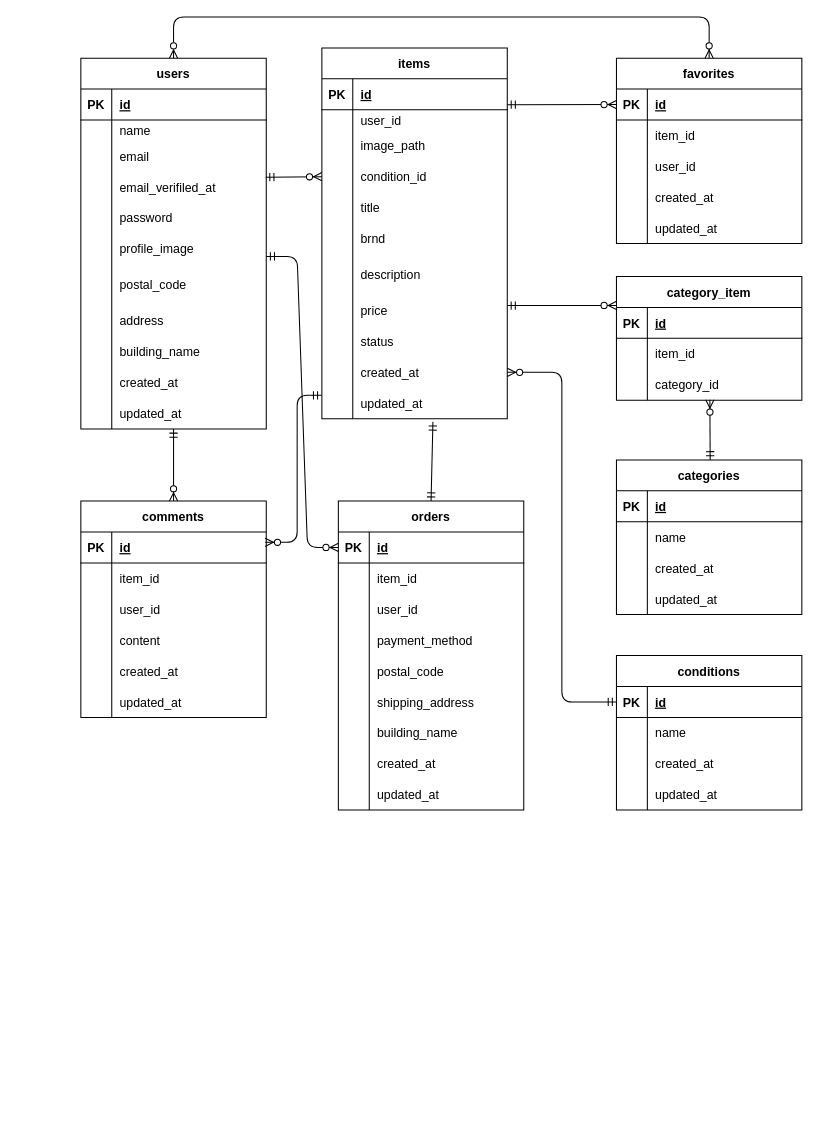
This is page "ページ1" (1 of 2) of .drawio from shinya-05/frimaap, a draw.io file, before an edit. Source tidied: cells renumbered, new cells numbered last; positions are measured from the earlier drawing's top-left corner, leaving out a move shared by most shapes. Both pictures are drawn from the tidied source at 103%, with x=0, y=0 at pixel (80, 16).
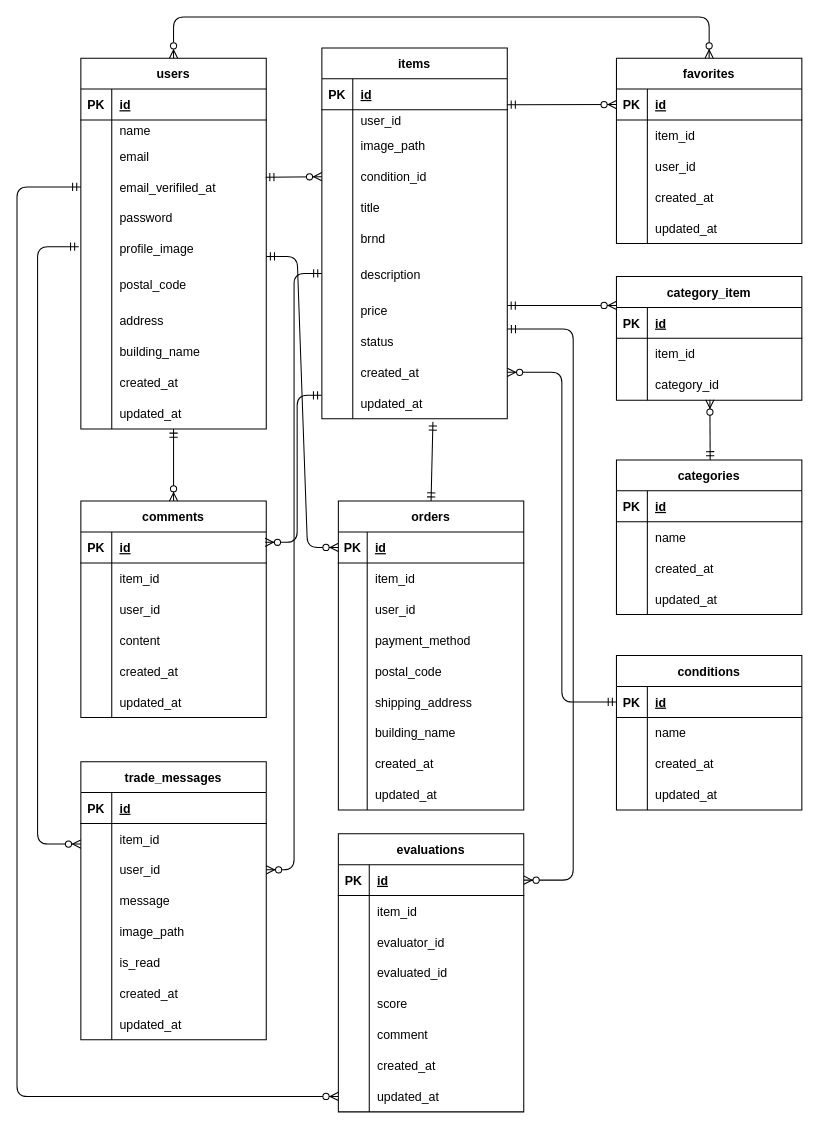
The same page after the edit.

The change refers to these unchanged cells:
```xml
<mxCell id="12" style="shape=tableRow;horizontal=0;startSize=0;swimlaneHead=0;swimlaneBody=0;fillColor=none;points=[[0,0.5],[1,0.5]];portConstraint=eastwest;top=0;left=0;right=0;bottom=0;" parent="2" vertex="1">
  <mxGeometry y="110" width="180" height="30" as="geometry" />
</mxCell>
<mxCell id="37" style="shape=tableRow;horizontal=0;startSize=0;swimlaneHead=0;swimlaneBody=0;fillColor=none;points=[[0,0.5],[1,0.5]];portConstraint=eastwest;top=0;left=0;right=0;bottom=1;" parent="36" vertex="1">
  <mxGeometry y="30" width="180" height="30" as="geometry" />
</mxCell>
<mxCell id="40" style="shape=tableRow;horizontal=0;startSize=0;swimlaneHead=0;swimlaneBody=0;fillColor=none;top=0;left=0;right=0;bottom=0;" parent="36" vertex="1">
  <mxGeometry y="60" width="180" height="30" as="geometry" />
</mxCell>
<mxCell id="43" style="shape=tableRow;horizontal=0;startSize=0;swimlaneHead=0;swimlaneBody=0;fillColor=none;top=0;left=0;right=0;bottom=0;" parent="36" vertex="1">
  <mxGeometry y="90" width="180" height="30" as="geometry" />
</mxCell>
<mxCell id="46" style="shape=tableRow;horizontal=0;startSize=0;swimlaneHead=0;swimlaneBody=0;fillColor=none;top=0;left=0;right=0;bottom=0;" parent="36" vertex="1">
  <mxGeometry y="120" width="180" height="30" as="geometry" />
</mxCell>
<mxCell id="49" style="shape=tableRow;horizontal=0;startSize=0;swimlaneHead=0;swimlaneBody=0;fillColor=none;top=0;left=0;right=0;bottom=0;" parent="36" vertex="1">
  <mxGeometry y="150" width="180" height="30" as="geometry" />
</mxCell>
<mxCell id="52" style="shape=tableRow;horizontal=0;startSize=0;swimlaneHead=0;swimlaneBody=0;fillColor=none;top=0;left=0;right=0;bottom=0;" parent="36" vertex="1">
  <mxGeometry y="180" width="180" height="30" as="geometry" />
</mxCell>
<mxCell id="55" style="shape=tableRow;horizontal=0;startSize=0;swimlaneHead=0;swimlaneBody=0;fillColor=none;top=0;left=0;right=0;bottom=0;" parent="36" vertex="1">
  <mxGeometry y="210" width="180" height="30" as="geometry" />
</mxCell>
<mxCell id="58" style="shape=tableRow;horizontal=0;startSize=0;swimlaneHead=0;swimlaneBody=0;fillColor=none;top=0;left=0;right=0;bottom=0;" parent="36" vertex="1">
  <mxGeometry y="240" width="180" height="30" as="geometry" />
</mxCell>
<mxCell id="61" style="shape=tableRow;horizontal=0;startSize=0;swimlaneHead=0;swimlaneBody=0;fillColor=none;top=0;left=0;right=0;bottom=0;" parent="36" vertex="1">
  <mxGeometry y="270" width="180" height="30" as="geometry" />
</mxCell>
```

Diff of the diagram source:
```diff
@@
     <mxCell id="38" value="PK" style="shape=partialRectangle;fillColor=none;top=0;left=0;bottom=0;right=0;fontStyle=1;overflow=hidden;" parent="37" vertex="1">
-      <mxGeometry width="30" height="30" as="geometry" />
+      <mxGeometry width="28" height="30" as="geometry" />
     </mxCell>
     <mxCell id="39" value="id" style="shape=partialRectangle;fillColor=none;top=0;left=0;bottom=0;right=0;align=left;spacingLeft=6;fontStyle=5;overflow=hidden;" parent="37" vertex="1">
-      <mxGeometry x="30" width="150" height="30" as="geometry" />
+      <mxGeometry x="28" width="152" height="30" as="geometry" />
     </mxCell>
@@
     <mxCell id="41" style="shape=partialRectangle;fillColor=none;top=0;left=0;bottom=0;right=0;overflow=hidden;" parent="40" vertex="1">
-      <mxGeometry width="30" height="30" as="geometry" />
+      <mxGeometry width="28" height="30" as="geometry" />
     </mxCell>
     <mxCell id="42" value="item_id" style="shape=partialRectangle;fillColor=none;top=0;left=0;bottom=0;right=0;align=left;spacingLeft=6;overflow=hidden;" parent="40" vertex="1">
-      <mxGeometry x="30" width="150" height="30" as="geometry" />
+      <mxGeometry x="28" width="152" height="30" as="geometry" />
     </mxCell>
@@
     <mxCell id="44" style="shape=partialRectangle;fillColor=none;top=0;left=0;bottom=0;right=0;overflow=hidden;" parent="43" vertex="1">
-      <mxGeometry width="30" height="30" as="geometry" />
+      <mxGeometry width="28" height="30" as="geometry" />
     </mxCell>
     <mxCell id="45" value="user_id" style="shape=partialRectangle;fillColor=none;top=0;left=0;bottom=0;right=0;align=left;spacingLeft=6;overflow=hidden;" parent="43" vertex="1">
-      <mxGeometry x="30" width="150" height="30" as="geometry" />
+      <mxGeometry x="28" width="152" height="30" as="geometry" />
     </mxCell>
@@
     <mxCell id="47" style="shape=partialRectangle;fillColor=none;top=0;left=0;bottom=0;right=0;overflow=hidden;" parent="46" vertex="1">
-      <mxGeometry width="30" height="30" as="geometry" />
+      <mxGeometry width="28" height="30" as="geometry" />
     </mxCell>
     <mxCell id="48" value="payment_method" style="shape=partialRectangle;fillColor=none;top=0;left=0;bottom=0;right=0;align=left;spacingLeft=6;overflow=hidden;" parent="46" vertex="1">
-      <mxGeometry x="30" width="150" height="30" as="geometry" />
+      <mxGeometry x="28" width="152" height="30" as="geometry" />
     </mxCell>
@@
     <mxCell id="50" style="shape=partialRectangle;fillColor=none;top=0;left=0;bottom=0;right=0;overflow=hidden;" parent="49" vertex="1">
-      <mxGeometry width="30" height="30" as="geometry" />
+      <mxGeometry width="28" height="30" as="geometry" />
     </mxCell>
     <mxCell id="51" value="postal_code" style="shape=partialRectangle;fillColor=none;top=0;left=0;bottom=0;right=0;align=left;spacingLeft=6;overflow=hidden;" parent="49" vertex="1">
-      <mxGeometry x="30" width="150" height="30" as="geometry" />
+      <mxGeometry x="28" width="152" height="30" as="geometry" />
     </mxCell>
@@
     <mxCell id="53" style="shape=partialRectangle;fillColor=none;top=0;left=0;bottom=0;right=0;overflow=hidden;" parent="52" vertex="1">
-      <mxGeometry width="30" height="30" as="geometry" />
+      <mxGeometry width="28" height="30" as="geometry" />
     </mxCell>
     <mxCell id="54" value="shipping_address" style="shape=partialRectangle;fillColor=none;top=0;left=0;bottom=0;right=0;align=left;spacingLeft=6;overflow=hidden;" parent="52" vertex="1">
-      <mxGeometry x="30" width="150" height="30" as="geometry" />
+      <mxGeometry x="28" width="152" height="30" as="geometry" />
     </mxCell>
@@
     <mxCell id="56" style="shape=partialRectangle;fillColor=none;top=0;left=0;bottom=0;right=0;overflow=hidden;" parent="55" vertex="1">
-      <mxGeometry width="30" height="30" as="geometry" />
+      <mxGeometry width="28" height="30" as="geometry" />
     </mxCell>
     <mxCell id="57" value="building_name" style="shape=partialRectangle;fillColor=none;top=0;left=0;bottom=0;right=0;align=left;spacingLeft=6;overflow=hidden;" parent="55" vertex="1">
-      <mxGeometry x="30" width="150" height="30" as="geometry" />
+      <mxGeometry x="28" width="152" height="30" as="geometry" />
     </mxCell>
@@
     <mxCell id="59" style="shape=partialRectangle;fillColor=none;top=0;left=0;bottom=0;right=0;overflow=hidden;" parent="58" vertex="1">
-      <mxGeometry width="30" height="30" as="geometry" />
+      <mxGeometry width="28" height="30" as="geometry" />
     </mxCell>
     <mxCell id="60" value="created_at" style="shape=partialRectangle;fillColor=none;top=0;left=0;bottom=0;right=0;align=left;spacingLeft=6;overflow=hidden;" parent="58" vertex="1">
-      <mxGeometry x="30" width="150" height="30" as="geometry" />
+      <mxGeometry x="28" width="152" height="30" as="geometry" />
     </mxCell>
@@
     <mxCell id="62" style="shape=partialRectangle;fillColor=none;top=0;left=0;bottom=0;right=0;overflow=hidden;" parent="61" vertex="1">
-      <mxGeometry width="30" height="30" as="geometry" />
+      <mxGeometry width="28" height="30" as="geometry" />
     </mxCell>
     <mxCell id="63" value="updated_at" style="shape=partialRectangle;fillColor=none;top=0;left=0;bottom=0;right=0;align=left;spacingLeft=6;overflow=hidden;" parent="61" vertex="1">
-      <mxGeometry x="30" width="150" height="30" as="geometry" />
+      <mxGeometry x="28" width="152" height="30" as="geometry" />
     </mxCell>
@@
+    <mxCell id="179" value="trade_messages" style="shape=table;startSize=30;childLayout=tableLayout;rowLines=0;fontStyle=1;align=center;" parent="1" vertex="1">
+      <mxGeometry y="723" width="180" height="270" as="geometry" />
+    </mxCell>
+    <mxCell id="180" style="shape=tableRow;horizontal=0;startSize=0;swimlaneHead=0;swimlaneBody=0;fillColor=none;top=0;left=0;right=0;bottom=1;" parent="179" vertex="1">
+      <mxGeometry y="30" width="180" height="30" as="geometry" />
+    </mxCell>
+    <mxCell id="181" value="PK" style="shape=partialRectangle;fillColor=none;top=0;left=0;bottom=0;right=0;fontStyle=1;overflow=hidden;" parent="180" vertex="1">
+      <mxGeometry width="30" height="30" as="geometry" />
+    </mxCell>
+    <mxCell id="182" value="id" style="shape=partialRectangle;fillColor=none;top=0;left=0;bottom=0;right=0;align=left;spacingLeft=6;fontStyle=5;overflow=hidden;" parent="180" vertex="1">
+      <mxGeometry x="30" width="150" height="30" as="geometry" />
+    </mxCell>
+    <mxCell id="183" style="shape=tableRow;horizontal=0;startSize=0;swimlaneHead=0;swimlaneBody=0;fillColor=none;points=[[0,0.5],[1,0.5]];portConstraint=eastwest;top=0;left=0;right=0;bottom=0;" parent="179" vertex="1">
+      <mxGeometry y="60" width="180" height="30" as="geometry" />
+    </mxCell>
+    <mxCell id="184" style="shape=partialRectangle;fillColor=none;top=0;left=0;bottom=0;right=0;overflow=hidden;" parent="183" vertex="1">
+      <mxGeometry width="30" height="30" as="geometry" />
+    </mxCell>
+    <mxCell id="185" value="item_id" style="shape=partialRectangle;fillColor=none;top=0;left=0;bottom=0;right=0;align=left;spacingLeft=6;overflow=hidden;" parent="183" vertex="1">
+      <mxGeometry x="30" width="150" height="30" as="geometry" />
+    </mxCell>
+    <mxCell id="186" style="shape=tableRow;horizontal=0;startSize=0;swimlaneHead=0;swimlaneBody=0;fillColor=none;points=[[0,0.5],[1,0.5]];portConstraint=eastwest;top=0;left=0;right=0;bottom=0;" parent="179" vertex="1">
+      <mxGeometry y="90" width="180" height="30" as="geometry" />
+    </mxCell>
+    <mxCell id="187" style="shape=partialRectangle;fillColor=none;top=0;left=0;bottom=0;right=0;overflow=hidden;" parent="186" vertex="1">
+      <mxGeometry width="30" height="30" as="geometry" />
+    </mxCell>
+    <mxCell id="188" value="user_id" style="shape=partialRectangle;fillColor=none;top=0;left=0;bottom=0;right=0;align=left;spacingLeft=6;overflow=hidden;" parent="186" vertex="1">
+      <mxGeometry x="30" width="150" height="30" as="geometry" />
+    </mxCell>
+    <mxCell id="189" style="shape=tableRow;horizontal=0;startSize=0;swimlaneHead=0;swimlaneBody=0;fillColor=none;top=0;left=0;right=0;bottom=0;" parent="179" vertex="1">
+      <mxGeometry y="120" width="180" height="30" as="geometry" />
+    </mxCell>
+    <mxCell id="190" style="shape=partialRectangle;fillColor=none;top=0;left=0;bottom=0;right=0;overflow=hidden;" parent="189" vertex="1">
+      <mxGeometry width="30" height="30" as="geometry" />
+    </mxCell>
+    <mxCell id="191" value="message" style="shape=partialRectangle;fillColor=none;top=0;left=0;bottom=0;right=0;align=left;spacingLeft=6;overflow=hidden;" parent="189" vertex="1">
+      <mxGeometry x="30" width="150" height="30" as="geometry" />
+    </mxCell>
+    <mxCell id="192" style="shape=tableRow;horizontal=0;startSize=0;swimlaneHead=0;swimlaneBody=0;fillColor=none;top=0;left=0;right=0;bottom=0;" parent="179" vertex="1">
+      <mxGeometry y="150" width="180" height="30" as="geometry" />
+    </mxCell>
+    <mxCell id="193" style="shape=partialRectangle;fillColor=none;top=0;left=0;bottom=0;right=0;overflow=hidden;" parent="192" vertex="1">
+      <mxGeometry width="30" height="30" as="geometry" />
+    </mxCell>
+    <mxCell id="194" value="image_path" style="shape=partialRectangle;fillColor=none;top=0;left=0;bottom=0;right=0;align=left;spacingLeft=6;overflow=hidden;" parent="192" vertex="1">
+      <mxGeometry x="30" width="150" height="30" as="geometry" />
+    </mxCell>
+    <mxCell id="195" style="shape=tableRow;horizontal=0;startSize=0;swimlaneHead=0;swimlaneBody=0;fillColor=none;top=0;left=0;right=0;bottom=0;" parent="179" vertex="1">
+      <mxGeometry y="180" width="180" height="30" as="geometry" />
+    </mxCell>
+    <mxCell id="196" style="shape=partialRectangle;fillColor=none;top=0;left=0;bottom=0;right=0;overflow=hidden;" parent="195" vertex="1">
+      <mxGeometry width="30" height="30" as="geometry" />
+    </mxCell>
+    <mxCell id="197" value="is_read" style="shape=partialRectangle;fillColor=none;top=0;left=0;bottom=0;right=0;align=left;spacingLeft=6;overflow=hidden;" parent="195" vertex="1">
+      <mxGeometry x="30" width="150" height="30" as="geometry" />
+    </mxCell>
+    <mxCell id="198" style="shape=tableRow;horizontal=0;startSize=0;swimlaneHead=0;swimlaneBody=0;fillColor=none;top=0;left=0;right=0;bottom=0;" parent="179" vertex="1">
+      <mxGeometry y="210" width="180" height="30" as="geometry" />
+    </mxCell>
+    <mxCell id="199" style="shape=partialRectangle;fillColor=none;top=0;left=0;bottom=0;right=0;overflow=hidden;" parent="198" vertex="1">
+      <mxGeometry width="30" height="30" as="geometry" />
+    </mxCell>
+    <mxCell id="200" value="created_at" style="shape=partialRectangle;fillColor=none;top=0;left=0;bottom=0;right=0;align=left;spacingLeft=6;overflow=hidden;" parent="198" vertex="1">
+      <mxGeometry x="30" width="150" height="30" as="geometry" />
+    </mxCell>
+    <mxCell id="201" style="shape=tableRow;horizontal=0;startSize=0;swimlaneHead=0;swimlaneBody=0;fillColor=none;top=0;left=0;right=0;bottom=0;" parent="179" vertex="1">
+      <mxGeometry y="240" width="180" height="30" as="geometry" />
+    </mxCell>
+    <mxCell id="202" style="shape=partialRectangle;fillColor=none;top=0;left=0;bottom=0;right=0;overflow=hidden;" parent="201" vertex="1">
+      <mxGeometry width="30" height="30" as="geometry" />
+    </mxCell>
+    <mxCell id="203" value="updated_at" style="shape=partialRectangle;fillColor=none;top=0;left=0;bottom=0;right=0;align=left;spacingLeft=6;overflow=hidden;" parent="201" vertex="1">
+      <mxGeometry x="30" width="150" height="30" as="geometry" />
+    </mxCell>
+    <mxCell id="204" value="evaluations" style="shape=table;startSize=30;childLayout=tableLayout;rowLines=0;fontStyle=1;align=center;" parent="1" vertex="1">
+      <mxGeometry x="250" y="793" width="180" height="270" as="geometry" />
+    </mxCell>
+    <mxCell id="205" style="shape=tableRow;horizontal=0;startSize=0;swimlaneHead=0;swimlaneBody=0;fillColor=none;points=[[0,0.5],[1,0.5]];portConstraint=eastwest;top=0;left=0;right=0;bottom=1;" parent="204" vertex="1">
+      <mxGeometry y="30" width="180" height="30" as="geometry" />
+    </mxCell>
+    <mxCell id="206" value="PK" style="shape=partialRectangle;fillColor=none;top=0;left=0;bottom=0;right=0;fontStyle=1;overflow=hidden;" parent="205" vertex="1">
+      <mxGeometry width="30" height="30" as="geometry" />
+    </mxCell>
+    <mxCell id="207" value="id" style="shape=partialRectangle;fillColor=none;top=0;left=0;bottom=0;right=0;align=left;spacingLeft=6;fontStyle=5;overflow=hidden;" parent="205" vertex="1">
+      <mxGeometry x="30" width="150" height="30" as="geometry" />
+    </mxCell>
+    <mxCell id="208" style="shape=tableRow;horizontal=0;startSize=0;swimlaneHead=0;swimlaneBody=0;fillColor=none;top=0;left=0;right=0;bottom=0;" parent="204" vertex="1">
+      <mxGeometry y="60" width="180" height="30" as="geometry" />
+    </mxCell>
+    <mxCell id="209" style="shape=partialRectangle;fillColor=none;top=0;left=0;bottom=0;right=0;overflow=hidden;" parent="208" vertex="1">
+      <mxGeometry width="30" height="30" as="geometry" />
+    </mxCell>
+    <mxCell id="210" value="item_id" style="shape=partialRectangle;fillColor=none;top=0;left=0;bottom=0;right=0;align=left;spacingLeft=6;overflow=hidden;" parent="208" vertex="1">
+      <mxGeometry x="30" width="150" height="30" as="geometry" />
+    </mxCell>
+    <mxCell id="211" style="shape=tableRow;horizontal=0;startSize=0;swimlaneHead=0;swimlaneBody=0;fillColor=none;top=0;left=0;right=0;bottom=0;" parent="204" vertex="1">
+      <mxGeometry y="90" width="180" height="30" as="geometry" />
+    </mxCell>
+    <mxCell id="212" style="shape=partialRectangle;fillColor=none;top=0;left=0;bottom=0;right=0;overflow=hidden;" parent="211" vertex="1">
+      <mxGeometry width="30" height="30" as="geometry" />
+    </mxCell>
+    <mxCell id="213" value="evaluator_id" style="shape=partialRectangle;fillColor=none;top=0;left=0;bottom=0;right=0;align=left;spacingLeft=6;overflow=hidden;" parent="211" vertex="1">
+      <mxGeometry x="30" width="150" height="30" as="geometry" />
+    </mxCell>
+    <mxCell id="214" style="shape=tableRow;horizontal=0;startSize=0;swimlaneHead=0;swimlaneBody=0;fillColor=none;top=0;left=0;right=0;bottom=0;" parent="204" vertex="1">
+      <mxGeometry y="120" width="180" height="30" as="geometry" />
+    </mxCell>
+    <mxCell id="215" style="shape=partialRectangle;fillColor=none;top=0;left=0;bottom=0;right=0;overflow=hidden;" parent="214" vertex="1">
+      <mxGeometry width="30" height="30" as="geometry" />
+    </mxCell>
+    <mxCell id="216" value="evaluated_id" style="shape=partialRectangle;fillColor=none;top=0;left=0;bottom=0;right=0;align=left;spacingLeft=6;overflow=hidden;" parent="214" vertex="1">
+      <mxGeometry x="30" width="150" height="30" as="geometry" />
+    </mxCell>
+    <mxCell id="217" style="shape=tableRow;horizontal=0;startSize=0;swimlaneHead=0;swimlaneBody=0;fillColor=none;top=0;left=0;right=0;bottom=0;" parent="204" vertex="1">
+      <mxGeometry y="150" width="180" height="30" as="geometry" />
+    </mxCell>
+    <mxCell id="218" style="shape=partialRectangle;fillColor=none;top=0;left=0;bottom=0;right=0;overflow=hidden;" parent="217" vertex="1">
+      <mxGeometry width="30" height="30" as="geometry" />
+    </mxCell>
+    <mxCell id="219" value="score" style="shape=partialRectangle;fillColor=none;top=0;left=0;bottom=0;right=0;align=left;spacingLeft=6;overflow=hidden;" parent="217" vertex="1">
+      <mxGeometry x="30" width="150" height="30" as="geometry" />
+    </mxCell>
+    <mxCell id="220" style="shape=tableRow;horizontal=0;startSize=0;swimlaneHead=0;swimlaneBody=0;fillColor=none;top=0;left=0;right=0;bottom=0;" parent="204" vertex="1">
+      <mxGeometry y="180" width="180" height="30" as="geometry" />
+    </mxCell>
+    <mxCell id="221" style="shape=partialRectangle;fillColor=none;top=0;left=0;bottom=0;right=0;overflow=hidden;" parent="220" vertex="1">
+      <mxGeometry width="30" height="30" as="geometry" />
+    </mxCell>
+    <mxCell id="222" value="comment" style="shape=partialRectangle;fillColor=none;top=0;left=0;bottom=0;right=0;align=left;spacingLeft=6;overflow=hidden;" parent="220" vertex="1">
+      <mxGeometry x="30" width="150" height="30" as="geometry" />
+    </mxCell>
+    <mxCell id="223" style="shape=tableRow;horizontal=0;startSize=0;swimlaneHead=0;swimlaneBody=0;fillColor=none;top=0;left=0;right=0;bottom=0;" parent="204" vertex="1">
+      <mxGeometry y="210" width="180" height="30" as="geometry" />
+    </mxCell>
+    <mxCell id="224" style="shape=partialRectangle;fillColor=none;top=0;left=0;bottom=0;right=0;overflow=hidden;" parent="223" vertex="1">
+      <mxGeometry width="30" height="30" as="geometry" />
+    </mxCell>
+    <mxCell id="225" value="created_at" style="shape=partialRectangle;fillColor=none;top=0;left=0;bottom=0;right=0;align=left;spacingLeft=6;overflow=hidden;" parent="223" vertex="1">
+      <mxGeometry x="30" width="150" height="30" as="geometry" />
+    </mxCell>
+    <mxCell id="226" style="shape=tableRow;horizontal=0;startSize=0;swimlaneHead=0;swimlaneBody=0;fillColor=none;points=[[0,0.5],[1,0.5]];portConstraint=eastwest;top=0;left=0;right=0;bottom=0;" parent="204" vertex="1">
+      <mxGeometry y="240" width="180" height="30" as="geometry" />
+    </mxCell>
+    <mxCell id="227" style="shape=partialRectangle;fillColor=none;top=0;left=0;bottom=0;right=0;overflow=hidden;" parent="226" vertex="1">
+      <mxGeometry width="30" height="30" as="geometry" />
+    </mxCell>
+    <mxCell id="228" value="updated_at" style="shape=partialRectangle;fillColor=none;top=0;left=0;bottom=0;right=0;align=left;spacingLeft=6;overflow=hidden;" parent="226" vertex="1">
+      <mxGeometry x="30" width="150" height="30" as="geometry" />
+    </mxCell>
+    <mxCell id="229" style="fontSize=12;html=1;endArrow=ERzeroToMany;startArrow=ERmandOne;edgeStyle=orthogonalEdgeStyle;endSize=6;" parent="1" edge="1" target="183">
+      <mxGeometry relative="1" as="geometry">
+        <mxPoint x="-2" y="223" as="sourcePoint" />
+        <Array as="points">
+          <mxPoint x="-42" y="223" />
+          <mxPoint x="-42" y="803" />
+        </Array>
+      </mxGeometry>
+    </mxCell>
+    <mxCell id="230" style="edgeStyle=elbowEdgeStyle;fontSize=12;html=1;endArrow=ERzeroToMany;startArrow=ERmandOne;exitX=0;exitY=0.5;exitDx=0;exitDy=0;" parent="1" edge="1" target="186">
+      <mxGeometry relative="1" as="geometry">
+        <mxPoint x="234" y="249" as="sourcePoint" />
+      </mxGeometry>
+    </mxCell>
+    <mxCell id="231" style="edgeStyle=elbowEdgeStyle;fontSize=12;html=1;endArrow=ERzeroToMany;startArrow=ERmandOne;entryX=1;entryY=0.5;entryDx=0;entryDy=0;" parent="1" edge="1" target="205">
+      <mxGeometry relative="1" as="geometry">
+        <mxPoint x="414" y="303" as="sourcePoint" />
+        <Array as="points">
+          <mxPoint x="478" y="533" />
+        </Array>
+      </mxGeometry>
+    </mxCell>
+    <mxCell id="232" style="fontSize=12;html=1;endArrow=ERzeroToMany;startArrow=ERmandOne;edgeStyle=elbowEdgeStyle;endSize=6;entryX=0;entryY=0.5;entryDx=0;entryDy=0;exitX=0;exitY=0.5;exitDx=0;exitDy=0;" parent="1" edge="1" source="12" target="226">
+      <mxGeometry relative="1" as="geometry">
+        <Array as="points">
+          <mxPoint x="-62" y="603" />
+        </Array>
+      </mxGeometry>
+    </mxCell>
```
